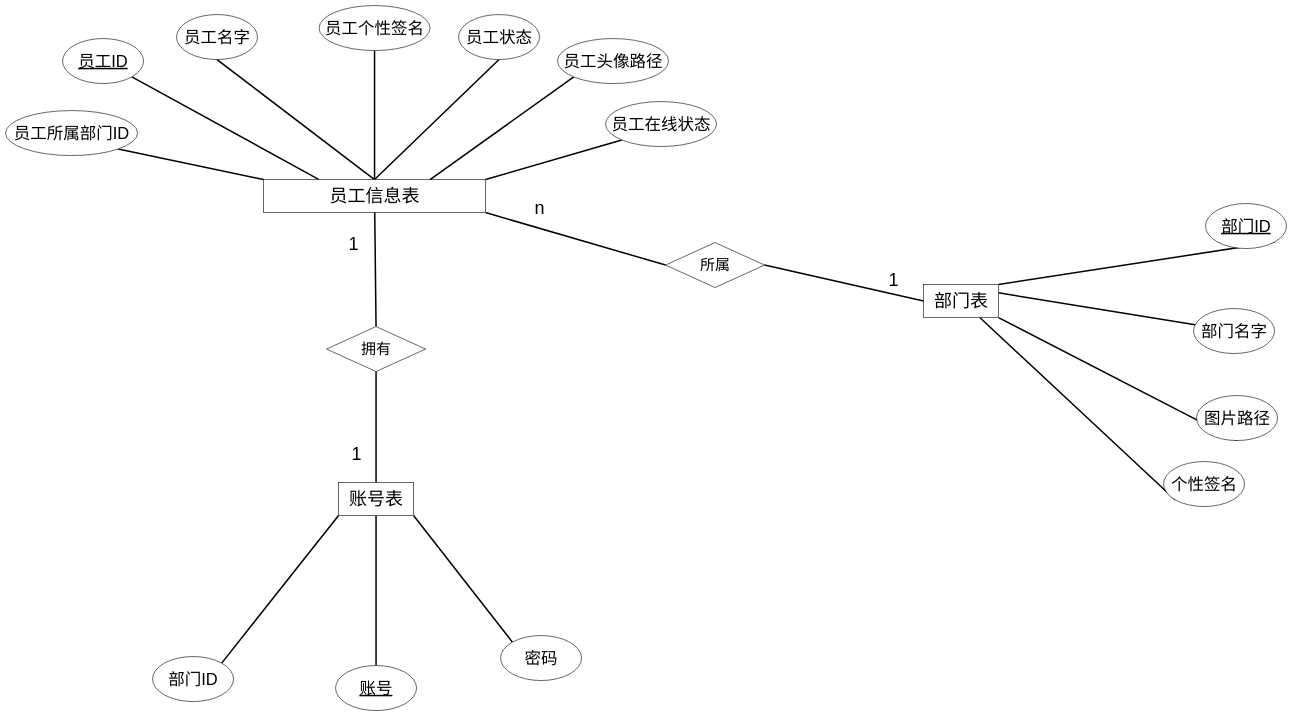
The draw.io diagram chart/系统总体E-R图.drawio in YangGuiTong/QtQQ, before the edit. Source tidied: cells renumbered, new cells numbered last; positions are measured from the earlier drawing's top-left corner, leaving out a move shared by most shapes. Both pictures are drawn from the tidied source at 30%, with x=0, y=0 at pixel (5, 5).
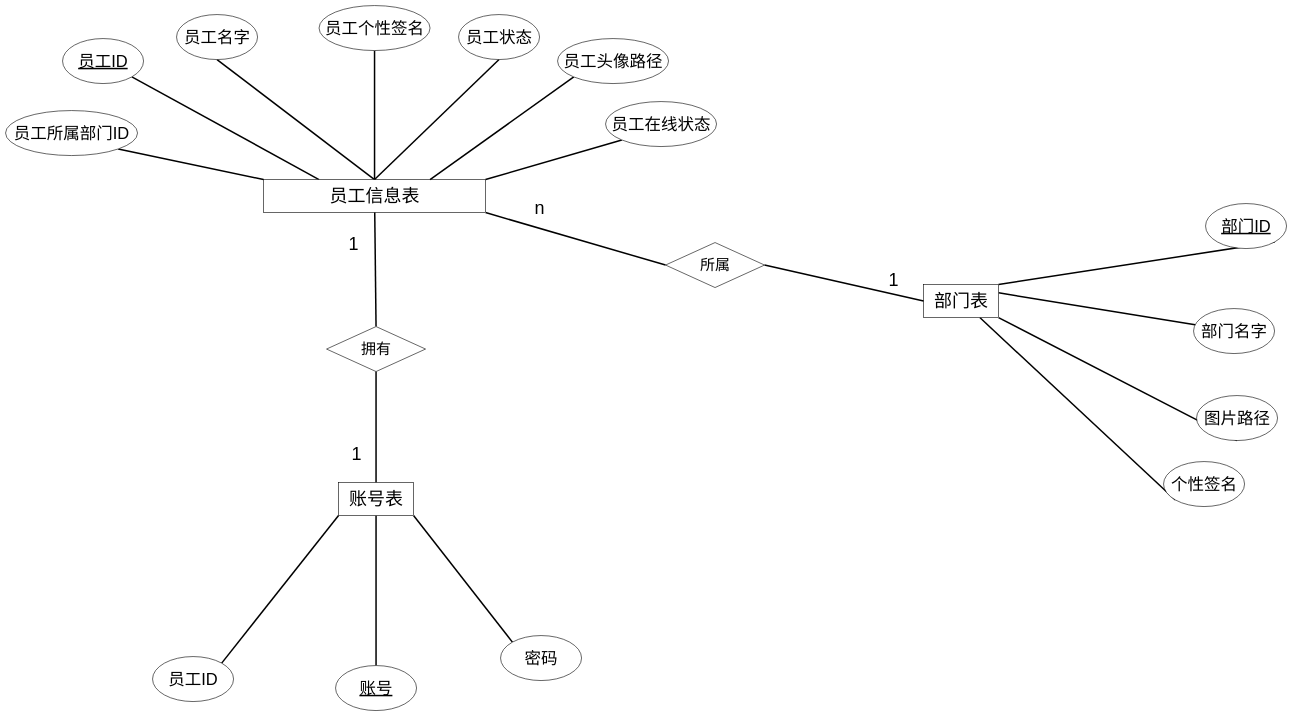
After the change.

Commit message (it also covers changes not shown here):
更新系统总体E-R图.drawio

What changed in the source:
```diff
@@
-    <mxCell id="32" value="部门ID" style="ellipse;whiteSpace=wrap;html=1;fontSize=55;strokeWidth=2;" parent="1" vertex="1">
+    <mxCell id="32" value="员工ID" style="ellipse;whiteSpace=wrap;html=1;fontSize=55;strokeWidth=2;" parent="1" vertex="1">
       <mxGeometry x="490" y="2170" width="270" height="150" as="geometry" />
     </mxCell>
```
